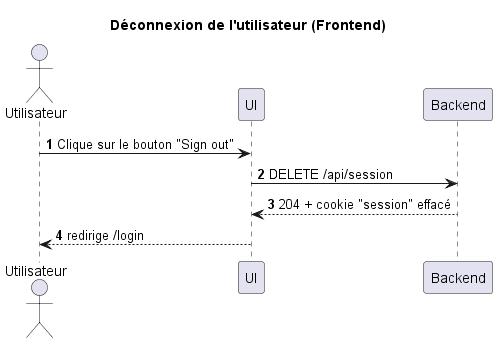
TPI2026-NewsGenerator/NewsGenerator-Frontend keeps this PlantUML diagram as docs/UML/logout-sequence-diagram-Déconnexion_de_l_utilisateur__Frontend_.png. Above is the earlier version.
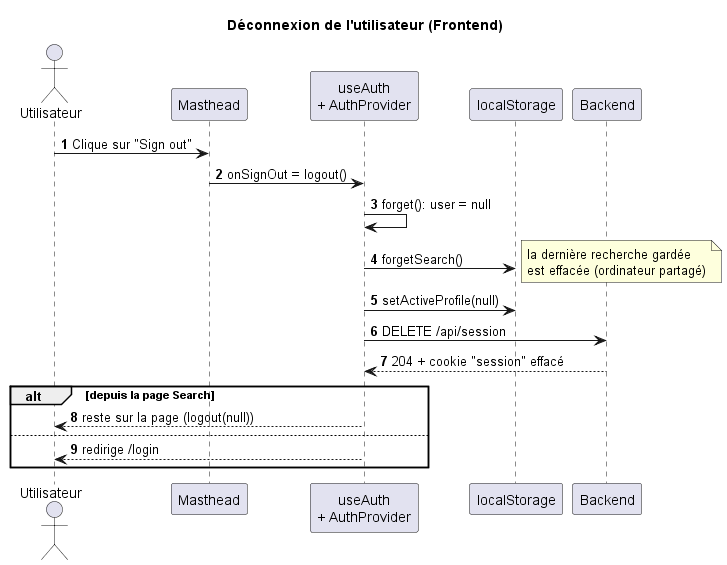
The same file after the commit.

What changed in the source:
```diff
@@ -3,12 +3,23 @@
 autonumber
 
 actor "Utilisateur" as User
-participant "UI" as UI
+participant "Masthead" as UI
+participant "useAuth\n+ AuthProvider" as Auth
+participant "localStorage" as LS
 participant "Backend" as BE
 
-User -> UI : Clique sur le bouton "Sign out"
-UI -> BE : DELETE /api/session
-BE --> UI : 204 + cookie "session" effacé
-UI --> User : redirige /login
+User -> UI : Clique sur "Sign out"
+UI -> Auth : onSignOut = logout()
+Auth -> Auth : forget(): user = null
+Auth -> LS : forgetSearch()
+note right : la dernière recherche gardée\nest effacée (ordinateur partagé)
+Auth -> LS : setActiveProfile(null)
+Auth -> BE : DELETE /api/session
+BE --> Auth : 204 + cookie "session" effacé
+alt depuis la page Search
+    Auth --> User : reste sur la page (logout(null))
+else
+    Auth --> User : redirige /login
+end
 
 @enduml
```
